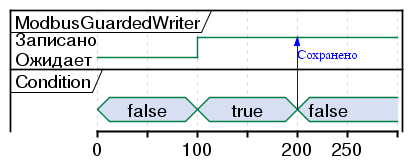
UlrichVonRekkenin/PhdLaTeX keeps this PlantUML diagram as Dissertation/images/modbus_guarded_writer.png. Above is the earlier version. The source it was exported from:
```plantuml
@startuml
scale 1.5
skinparam {
    Dpi 300
    DefaultFontSize 18
    ClassFontSize 28
    ClassAttributeFontSize 25
}

robust "ModbusGuardedWriter" as guard
concise "Condition" as cond

@0
cond is false
guard is Ожидает

@+100
cond is true
guard is Записано

@+100
cond -> guard : Сохранено
cond is false
guard is Записано

@+50

@enduml
```
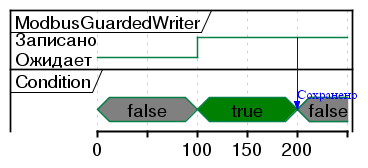
Later version of the same file.

What changed in the source:
```diff
@@ -2,6 +2,8 @@
 scale 1.5
 skinparam {
     Dpi 300
+    PackageFontSize 20
+    arrowThickness 4
     DefaultFontSize 18
     ClassFontSize 28
     ClassAttributeFontSize 25
@@ -10,18 +12,16 @@
 robust "ModbusGuardedWriter" as guard
 concise "Condition" as cond
 
-@0
-cond is false
-guard is Ожидает
+@cond
+0 is false #Gray
+100 is true #Green
+200 is false #Gray
 
-@+100
-cond is true
-guard is Записано
+@guard
+0 is Ожидает
+100  is Записано
 
-@+100
-cond -> guard : Сохранено
-cond is false
-guard is Записано
+guard@+100 -> cond@+100 : Сохранено
 
 @+50
 
```
